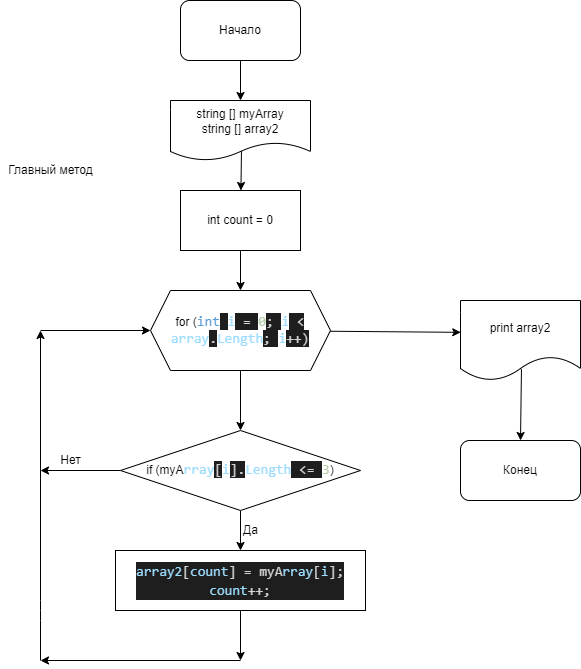
Before: Algo.drawio.png, a diagram exported from draw.io (JuliaBabina/Final-work-block1). Source tidied: cells renumbered, new cells last; positions are measured from the earlier drawing's top-left corner, leaving out a move shared by most shapes.
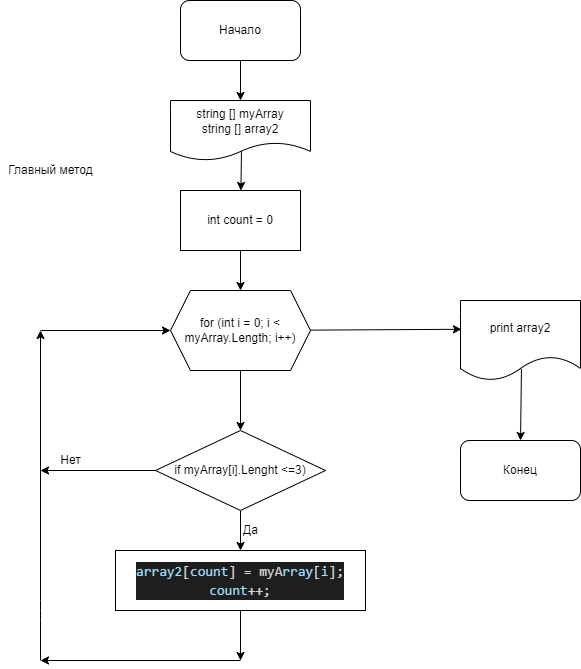
Later version of the same file.

Change to the diagram source:
```diff
@@ -8,26 +8,17 @@
     <mxCell id="3" value="Начало&lt;br&gt;" style="rounded=1;whiteSpace=wrap;html=1;" parent="1" vertex="1">
       <mxGeometry x="180" width="120" height="60" as="geometry" />
     </mxCell>
-    <mxCell id="4" style="edgeStyle=none;html=1;" parent="1" edge="1" source="6" target="9">
-      <mxGeometry relative="1" as="geometry" />
+    <mxCell id="4" style="edgeStyle=none;html=1;" parent="1" edge="1">
+      <mxGeometry relative="1" as="geometry">
+        <mxPoint x="240" y="370" as="sourcePoint" />
+        <mxPoint x="240" y="430" as="targetPoint" />
+      </mxGeometry>
     </mxCell>
-    <mxCell id="5" style="edgeStyle=none;html=1;entryX=0.002;entryY=0.398;entryDx=0;entryDy=0;entryPerimeter=0;" parent="1" edge="1" source="6" target="19">
-      <mxGeometry relative="1" as="geometry" />
-    </mxCell>
-    <mxCell id="6" value="for (&lt;span style=&quot;font-family: &amp;#34;consolas&amp;#34; , &amp;#34;courier new&amp;#34; , monospace ; font-size: 14px ; color: rgb(86 , 156 , 214)&quot;&gt;int&lt;/span&gt;&lt;span style=&quot;background-color: rgb(30 , 30 , 30) ; color: rgb(212 , 212 , 212) ; font-family: &amp;#34;consolas&amp;#34; , &amp;#34;courier new&amp;#34; , monospace ; font-size: 14px&quot;&gt; &lt;/span&gt;&lt;span style=&quot;font-family: &amp;#34;consolas&amp;#34; , &amp;#34;courier new&amp;#34; , monospace ; font-size: 14px ; color: rgb(156 , 220 , 254)&quot;&gt;i&lt;/span&gt;&lt;span style=&quot;background-color: rgb(30 , 30 , 30) ; color: rgb(212 , 212 , 212) ; font-family: &amp;#34;consolas&amp;#34; , &amp;#34;courier new&amp;#34; , monospace ; font-size: 14px&quot;&gt; &lt;/span&gt;&lt;span style=&quot;background-color: rgb(30 , 30 , 30) ; color: rgb(212 , 212 , 212) ; font-family: &amp;#34;consolas&amp;#34; , &amp;#34;courier new&amp;#34; , monospace ; font-size: 14px&quot;&gt;=&lt;/span&gt;&lt;span style=&quot;background-color: rgb(30 , 30 , 30) ; color: rgb(212 , 212 , 212) ; font-family: &amp;#34;consolas&amp;#34; , &amp;#34;courier new&amp;#34; , monospace ; font-size: 14px&quot;&gt; &lt;/span&gt;&lt;span style=&quot;font-family: &amp;#34;consolas&amp;#34; , &amp;#34;courier new&amp;#34; , monospace ; font-size: 14px ; color: rgb(181 , 206 , 168)&quot;&gt;0&lt;/span&gt;&lt;span style=&quot;background-color: rgb(30 , 30 , 30) ; color: rgb(212 , 212 , 212) ; font-family: &amp;#34;consolas&amp;#34; , &amp;#34;courier new&amp;#34; , monospace ; font-size: 14px&quot;&gt;; &lt;/span&gt;&lt;span style=&quot;font-family: &amp;#34;consolas&amp;#34; , &amp;#34;courier new&amp;#34; , monospace ; font-size: 14px ; color: rgb(156 , 220 , 254)&quot;&gt;i&lt;/span&gt;&lt;span style=&quot;background-color: rgb(30 , 30 , 30) ; color: rgb(212 , 212 , 212) ; font-family: &amp;#34;consolas&amp;#34; , &amp;#34;courier new&amp;#34; , monospace ; font-size: 14px&quot;&gt; &lt;/span&gt;&lt;span style=&quot;background-color: rgb(30 , 30 , 30) ; color: rgb(212 , 212 , 212) ; font-family: &amp;#34;consolas&amp;#34; , &amp;#34;courier new&amp;#34; , monospace ; font-size: 14px&quot;&gt;&amp;lt;&lt;/span&gt;&lt;span style=&quot;background-color: rgb(30 , 30 , 30) ; color: rgb(212 , 212 , 212) ; font-family: &amp;#34;consolas&amp;#34; , &amp;#34;courier new&amp;#34; , monospace ; font-size: 14px&quot;&gt; &lt;/span&gt;&lt;span style=&quot;font-family: &amp;#34;consolas&amp;#34; , &amp;#34;courier new&amp;#34; , monospace ; font-size: 14px ; color: rgb(156 , 220 , 254)&quot;&gt;array&lt;/span&gt;&lt;span style=&quot;background-color: rgb(30 , 30 , 30) ; color: rgb(212 , 212 , 212) ; font-family: &amp;#34;consolas&amp;#34; , &amp;#34;courier new&amp;#34; , monospace ; font-size: 14px&quot;&gt;.&lt;/span&gt;&lt;span style=&quot;font-family: &amp;#34;consolas&amp;#34; , &amp;#34;courier new&amp;#34; , monospace ; font-size: 14px ; color: rgb(156 , 220 , 254)&quot;&gt;Length&lt;/span&gt;&lt;span style=&quot;background-color: rgb(30 , 30 , 30) ; color: rgb(212 , 212 , 212) ; font-family: &amp;#34;consolas&amp;#34; , &amp;#34;courier new&amp;#34; , monospace ; font-size: 14px&quot;&gt;; &lt;/span&gt;&lt;span style=&quot;font-family: &amp;#34;consolas&amp;#34; , &amp;#34;courier new&amp;#34; , monospace ; font-size: 14px ; color: rgb(156 , 220 , 254)&quot;&gt;i&lt;/span&gt;&lt;span style=&quot;background-color: rgb(30 , 30 , 30) ; color: rgb(212 , 212 , 212) ; font-family: &amp;#34;consolas&amp;#34; , &amp;#34;courier new&amp;#34; , monospace ; font-size: 14px&quot;&gt;++&lt;/span&gt;&lt;span style=&quot;background-color: rgb(30 , 30 , 30) ; color: rgb(212 , 212 , 212) ; font-family: &amp;#34;consolas&amp;#34; , &amp;#34;courier new&amp;#34; , monospace ; font-size: 14px&quot;&gt;)&lt;/span&gt;" style="shape=hexagon;perimeter=hexagonPerimeter2;whiteSpace=wrap;html=1;fixedSize=1;" parent="1" vertex="1">
-      <mxGeometry x="150" y="290" width="180" height="80" as="geometry" />
-    </mxCell>
-    <mxCell id="7" style="edgeStyle=none;html=1;" parent="1" edge="1" source="9" target="12">
-      <mxGeometry relative="1" as="geometry" />
+    <mxCell id="7" style="edgeStyle=none;html=1;" parent="1" edge="1" target="12">
+      <mxGeometry relative="1" as="geometry">
+        <mxPoint x="240" y="510" as="sourcePoint" />
+      </mxGeometry>
     </mxCell>
-    <mxCell id="8" style="edgeStyle=none;html=1;" parent="1" edge="1" source="9">
-      <mxGeometry relative="1" as="geometry">
-        <mxPoint x="40" y="470" as="targetPoint" />
-      </mxGeometry>
-    </mxCell>
-    <mxCell id="9" value="if (myA&lt;span style=&quot;font-family: &amp;#34;consolas&amp;#34; , &amp;#34;courier new&amp;#34; , monospace ; font-size: 14px ; color: rgb(156 , 220 , 254)&quot;&gt;rray&lt;/span&gt;&lt;span style=&quot;background-color: rgb(30 , 30 , 30) ; color: rgb(212 , 212 , 212) ; font-family: &amp;#34;consolas&amp;#34; , &amp;#34;courier new&amp;#34; , monospace ; font-size: 14px&quot;&gt;[&lt;/span&gt;&lt;span style=&quot;font-family: &amp;#34;consolas&amp;#34; , &amp;#34;courier new&amp;#34; , monospace ; font-size: 14px ; color: rgb(156 , 220 , 254)&quot;&gt;i&lt;/span&gt;&lt;span style=&quot;background-color: rgb(30 , 30 , 30) ; color: rgb(212 , 212 , 212) ; font-family: &amp;#34;consolas&amp;#34; , &amp;#34;courier new&amp;#34; , monospace ; font-size: 14px&quot;&gt;]&lt;/span&gt;&lt;span style=&quot;background-color: rgb(30 , 30 , 30) ; color: rgb(212 , 212 , 212) ; font-family: &amp;#34;consolas&amp;#34; , &amp;#34;courier new&amp;#34; , monospace ; font-size: 14px&quot;&gt;.&lt;/span&gt;&lt;span style=&quot;font-family: &amp;#34;consolas&amp;#34; , &amp;#34;courier new&amp;#34; , monospace ; font-size: 14px ; color: rgb(156 , 220 , 254)&quot;&gt;Length&lt;/span&gt;&lt;span style=&quot;background-color: rgb(30 , 30 , 30) ; color: rgb(212 , 212 , 212) ; font-family: &amp;#34;consolas&amp;#34; , &amp;#34;courier new&amp;#34; , monospace ; font-size: 14px&quot;&gt; &lt;/span&gt;&lt;span style=&quot;background-color: rgb(30 , 30 , 30) ; color: rgb(212 , 212 , 212) ; font-family: &amp;#34;consolas&amp;#34; , &amp;#34;courier new&amp;#34; , monospace ; font-size: 14px&quot;&gt;&amp;lt;=&lt;/span&gt;&lt;span style=&quot;background-color: rgb(30 , 30 , 30) ; color: rgb(212 , 212 , 212) ; font-family: &amp;#34;consolas&amp;#34; , &amp;#34;courier new&amp;#34; , monospace ; font-size: 14px&quot;&gt; &lt;/span&gt;&lt;span style=&quot;font-family: &amp;#34;consolas&amp;#34; , &amp;#34;courier new&amp;#34; , monospace ; font-size: 14px ; color: rgb(181 , 206 , 168)&quot;&gt;3&lt;/span&gt;&lt;span&gt;)&lt;/span&gt;" style="rhombus;whiteSpace=wrap;html=1;" parent="1" vertex="1">
-      <mxGeometry x="120" y="430" width="240" height="80" as="geometry" />
-    </mxCell>
     <mxCell id="10" style="edgeStyle=none;html=1;" parent="1" edge="1" target="12">
       <mxGeometry relative="1" as="geometry" />
     </mxCell>
@@ -57,7 +48,7 @@
         </Array>
       </mxGeometry>
     </mxCell>
-    <mxCell id="16" style="endArrow=classic;html=1;entryX=0;entryY=0.5;entryDx=0;entryDy=0;" parent="1" edge="1" target="6">
+    <mxCell id="16" style="endArrow=classic;html=1;entryX=0;entryY=0.5;entryDx=0;entryDy=0;" parent="1" edge="1" target="27">
       <mxGeometry relative="1" as="geometry">
         <mxPoint x="40" y="330" as="sourcePoint" />
       </mxGeometry>
@@ -83,11 +74,27 @@
     <mxCell id="23" value="Главный метод" style="text;html=1;align=center;verticalAlign=middle;strokeColor=none;fillColor=none;" parent="1" vertex="1">
       <mxGeometry y="160" width="100" height="20" as="geometry" />
     </mxCell>
-    <mxCell id="24" style="edgeStyle=none;html=1;" parent="1" edge="1" source="25" target="6">
-      <mxGeometry relative="1" as="geometry" />
+    <mxCell id="24" style="edgeStyle=none;html=1;" parent="1" edge="1" source="25">
+      <mxGeometry relative="1" as="geometry">
+        <mxPoint x="240" y="290" as="targetPoint" />
+      </mxGeometry>
     </mxCell>
     <mxCell id="25" value="int count = 0" style="rounded=0;whiteSpace=wrap;html=1;" parent="1" vertex="1">
       <mxGeometry x="180" y="190" width="120" height="60" as="geometry" />
     </mxCell>
+    <mxCell id="26" style="edgeStyle=none;html=1;entryX=0.008;entryY=0.36;entryDx=0;entryDy=0;entryPerimeter=0;" parent="1" edge="1" source="27" target="19">
+      <mxGeometry relative="1" as="geometry" />
+    </mxCell>
+    <mxCell id="27" value="for (int i = 0; i &amp;lt; myArray.Length; i++)" style="shape=hexagon;perimeter=hexagonPerimeter2;whiteSpace=wrap;html=1;fixedSize=1;" parent="1" vertex="1">
+      <mxGeometry x="170" y="290" width="140" height="80" as="geometry" />
+    </mxCell>
+    <mxCell id="28" style="edgeStyle=none;html=1;" parent="1" edge="1" source="29">
+      <mxGeometry relative="1" as="geometry">
+        <mxPoint x="40" y="470" as="targetPoint" />
+      </mxGeometry>
+    </mxCell>
+    <mxCell id="29" value="if myArray[i].Lenght &amp;lt;=3)" style="rhombus;whiteSpace=wrap;html=1;" parent="1" vertex="1">
+      <mxGeometry x="155" y="430" width="170" height="80" as="geometry" />
+    </mxCell>
   </root>
 </mxGraphModel>
```
